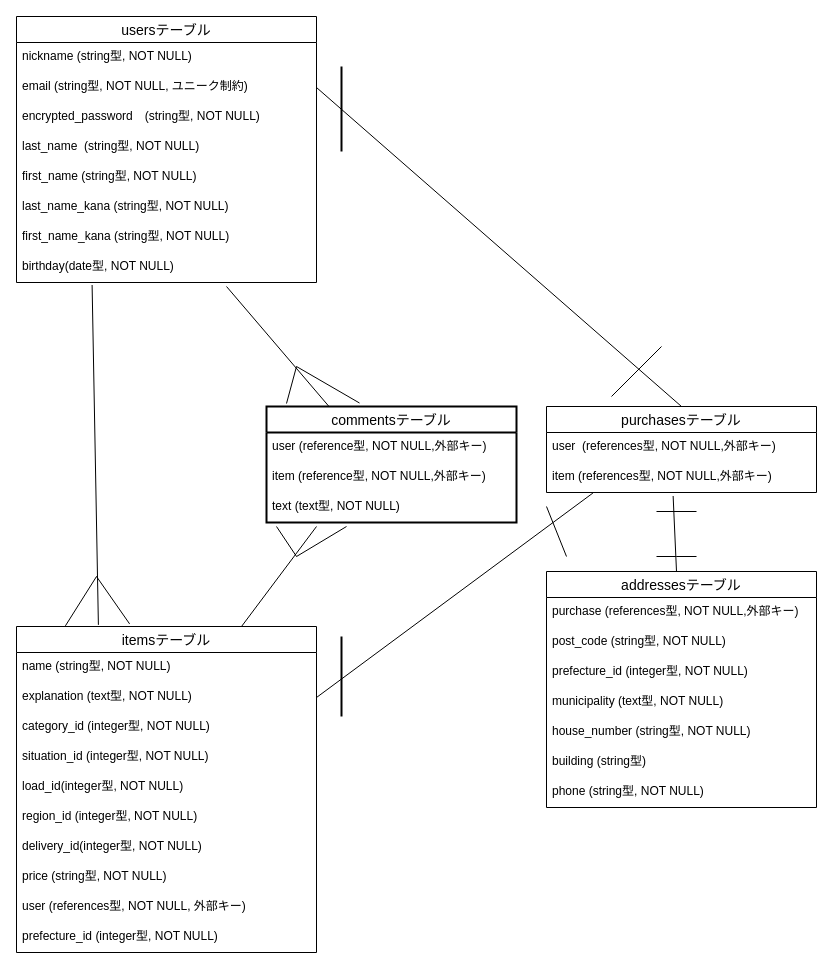
Before: furima.dio in aruga-eri/furima-40729, a draw.io diagram. Source tidied: cells renumbered, new cells numbered last; positions are measured from the earlier drawing's top-left corner, leaving out a move shared by most shapes. Both pictures are drawn from the tidied source at 100%, with x=0, y=0 at pixel (16, 16).
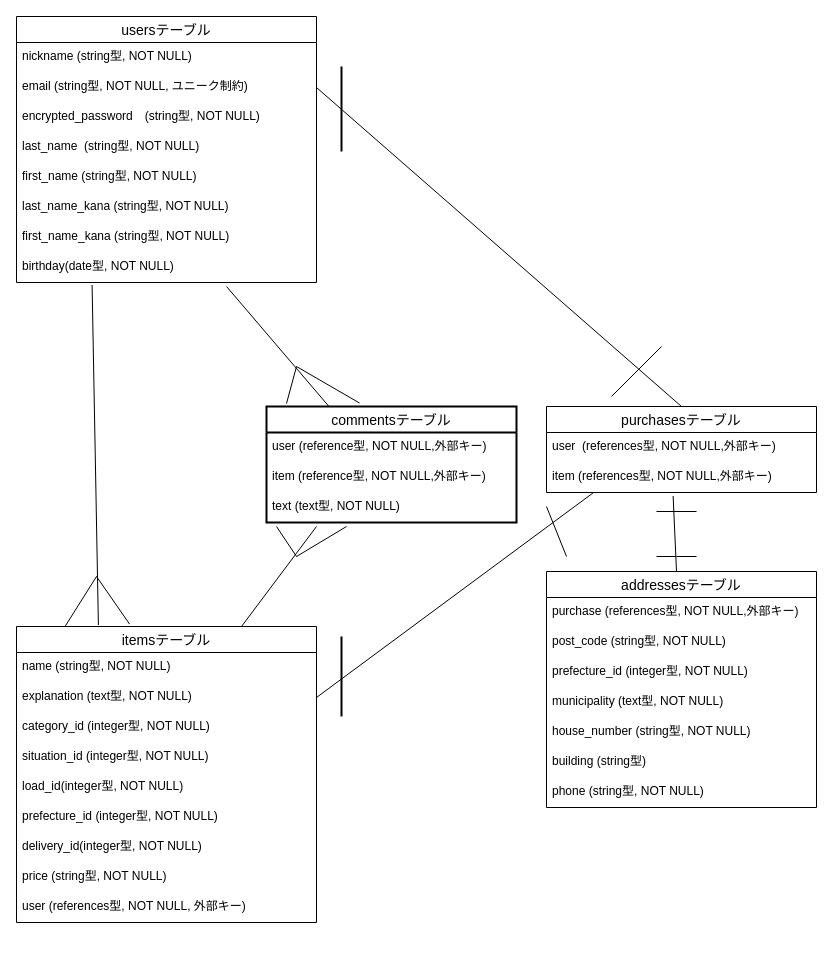
After the change.

Commit message (it also covers changes not shown here):
発送元の修正

The change refers to these unchanged cells:
```xml
<mxCell id="35" value="phone (string型, NOT NULL)" style="text;strokeColor=none;fillColor=none;spacingLeft=4;spacingRight=4;overflow=hidden;points=[[0,0.5],[1,0.5]];portConstraint=eastwest;fontSize=12;fontFamily=Helvetica;fontColor=default;rounded=0;" parent="28" vertex="1">
  <mxGeometry y="206" width="270" height="30" as="geometry" />
</mxCell>
```

The edit, as a diff of the source:
```diff
@@
     <mxCell id="13" value="itemsテーブル" style="swimlane;fontStyle=0;horizontal=1;startSize=26;align=center;fontSize=14;fontFamily=Helvetica;fontColor=default;fillColor=none;gradientColor=none;rounded=0;" parent="1" vertex="1">
-      <mxGeometry y="610" width="300" height="326" as="geometry" />
+      <mxGeometry y="610" width="300" height="296" as="geometry" />
     </mxCell>
@@
-    <mxCell id="19" value="region_id (integer型, NOT NULL)" style="text;strokeColor=none;fillColor=none;spacingLeft=4;spacingRight=4;overflow=hidden;points=[[0,0.5],[1,0.5]];portConstraint=eastwest;fontSize=12;fontFamily=Helvetica;fontColor=default;rounded=0;" parent="13" vertex="1">
-      <mxGeometry y="176" width="300" height="30" as="geometry" />
-    </mxCell>
+    <mxCell id="23" value="prefecture_id (integer型, NOT NULL)" style="text;strokeColor=none;fillColor=none;spacingLeft=4;spacingRight=4;overflow=hidden;fontSize=12;" parent="13" vertex="1">
+      <mxGeometry y="176" width="300" height="30" as="geometry" />
+    </mxCell>
@@
-    <mxCell id="23" value="prefecture_id (integer型, NOT NULL)" style="text;strokeColor=none;fillColor=none;spacingLeft=4;spacingRight=4;overflow=hidden;fontSize=12;" parent="13" vertex="1">
-      <mxGeometry y="296" width="300" height="30" as="geometry" />
-    </mxCell>
@@
-    <mxCell id="40" style="edgeStyle=none;html=1;exitX=1;exitY=0.5;exitDx=0;exitDy=0;entryX=0.004;entryY=0.217;entryDx=0;entryDy=0;entryPerimeter=0;startArrow=none;startFill=0;rounded=0;strokeColor=none;" parent="1" edge="1" source="19" target="35">
-      <mxGeometry relative="1" as="geometry" />
+    <mxCell id="40" style="edgeStyle=none;html=1;exitX=1;exitY=0.5;exitDx=0;exitDy=0;entryX=0.004;entryY=0.217;entryDx=0;entryDy=0;entryPerimeter=0;startArrow=none;startFill=0;rounded=0;strokeColor=none;" parent="1" edge="1" target="35">
+      <mxGeometry relative="1" as="geometry">
+        <mxPoint x="300" y="831" as="sourcePoint" />
+      </mxGeometry>
     </mxCell>
```
